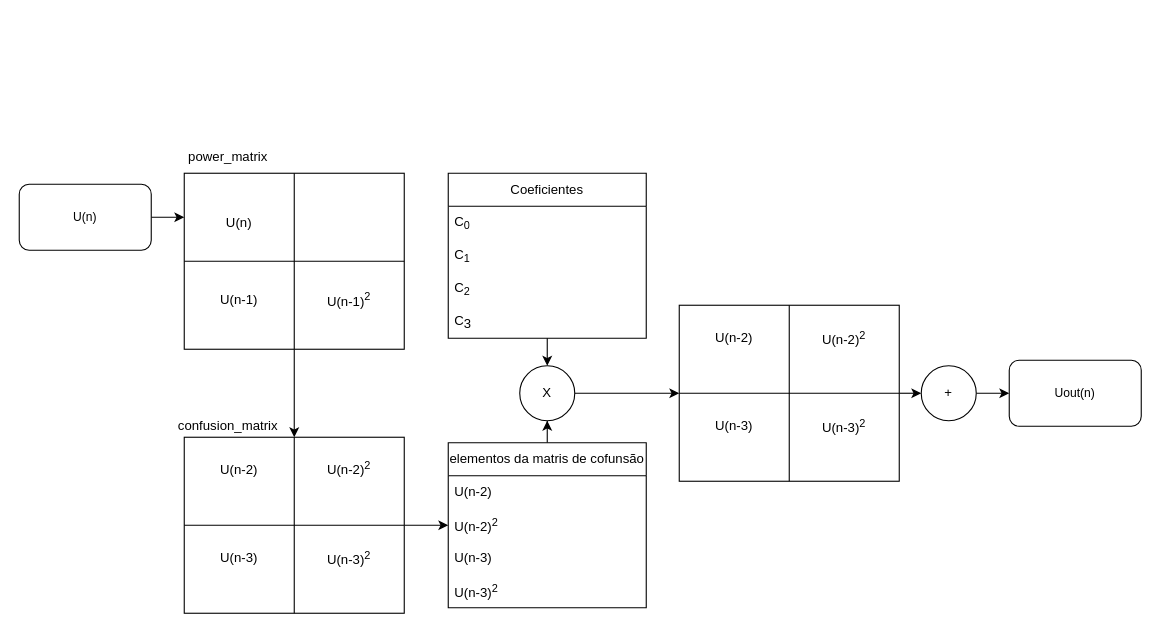
Above: diagramas/fluxo_de_calculo.drawio in Je-Leo-AS/DPD (draw.io), before the change. Source tidied: cells renumbered, new cells numbered last; positions are measured from the earlier drawing's top-left corner, leaving out a move shared by most shapes. Both pictures are drawn from the tidied source at 110%, with x=0, y=0 at pixel (19, 140).
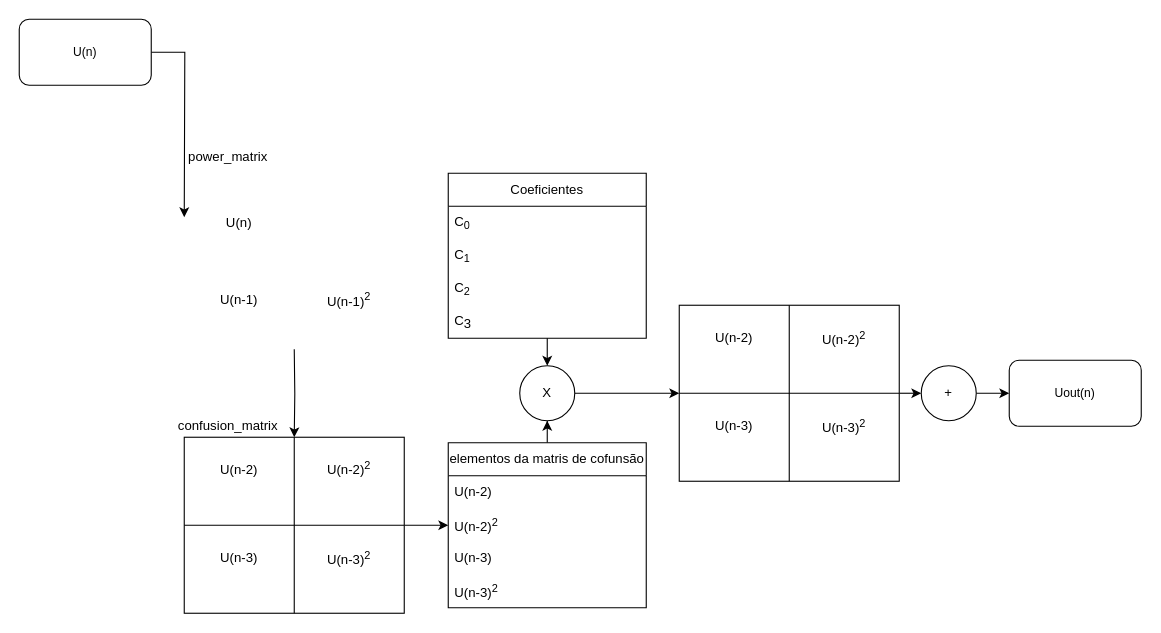
The same page after the edit.

The change refers to these unchanged cells:
```xml
<mxCell id="9" style="shape=internalStorage;whiteSpace=wrap;html=1;backgroundOutline=1;dx=100;dy=80;" parent="1" vertex="1">
  <mxGeometry x="150" y="270" width="200" height="160" as="geometry" />
</mxCell>
```

What changed in the source:
```diff
@@
-    <mxCell id="2" style="edgeStyle=orthogonalEdgeStyle;rounded=0;jettySize=auto;html=1;exitX=0.5;exitY=1;exitDx=0;exitDy=0;entryX=0.5;entryY=0;entryDx=0;entryDy=0;" parent="1" edge="1" source="3" target="9">
-      <mxGeometry relative="1" as="geometry" />
+    <mxCell id="2" style="edgeStyle=orthogonalEdgeStyle;rounded=0;jettySize=auto;html=1;exitX=0.5;exitY=1;exitDx=0;exitDy=0;entryX=0.5;entryY=0;entryDx=0;entryDy=0;" parent="1" edge="1" target="9">
+      <mxGeometry relative="1" as="geometry">
+        <mxPoint x="250" y="190" as="sourcePoint" />
+      </mxGeometry>
     </mxCell>
-    <mxCell id="3" style="shape=internalStorage;whiteSpace=wrap;html=1;backgroundOutline=1;dx=100;dy=80;" parent="1" vertex="1">
-      <mxGeometry x="150" y="30" width="200" height="160" as="geometry" />
-    </mxCell>
@@
-    <mxCell id="39" style="edgeStyle=orthogonalEdgeStyle;shape=connector;rounded=0;jettySize=auto;html=1;entryX=0;entryY=0.25;entryDx=0;entryDy=0;strokeColor=default;align=center;verticalAlign=middle;fontFamily=Helvetica;fontSize=11;fontColor=default;labelBackgroundColor=default;endArrow=classic;" parent="1" edge="1" source="40" target="3">
-      <mxGeometry relative="1" as="geometry" />
+    <mxCell id="39" style="edgeStyle=orthogonalEdgeStyle;shape=connector;rounded=0;jettySize=auto;html=1;entryX=0;entryY=0.25;entryDx=0;entryDy=0;strokeColor=default;align=center;verticalAlign=middle;fontFamily=Helvetica;fontSize=11;fontColor=default;labelBackgroundColor=default;endArrow=classic;" parent="1" edge="1" source="40">
+      <mxGeometry relative="1" as="geometry">
+        <mxPoint x="150" y="70" as="targetPoint" />
+      </mxGeometry>
     </mxCell>
     <mxCell id="40" value="U(n)" style="rounded=1;whiteSpace=wrap;html=1;fontFamily=Helvetica;fontSize=11;fontColor=default;labelBackgroundColor=default;" parent="1" vertex="1">
-      <mxGeometry y="40" width="120" height="60" as="geometry" />
+      <mxGeometry y="-110" width="120" height="60" as="geometry" />
     </mxCell>
```
